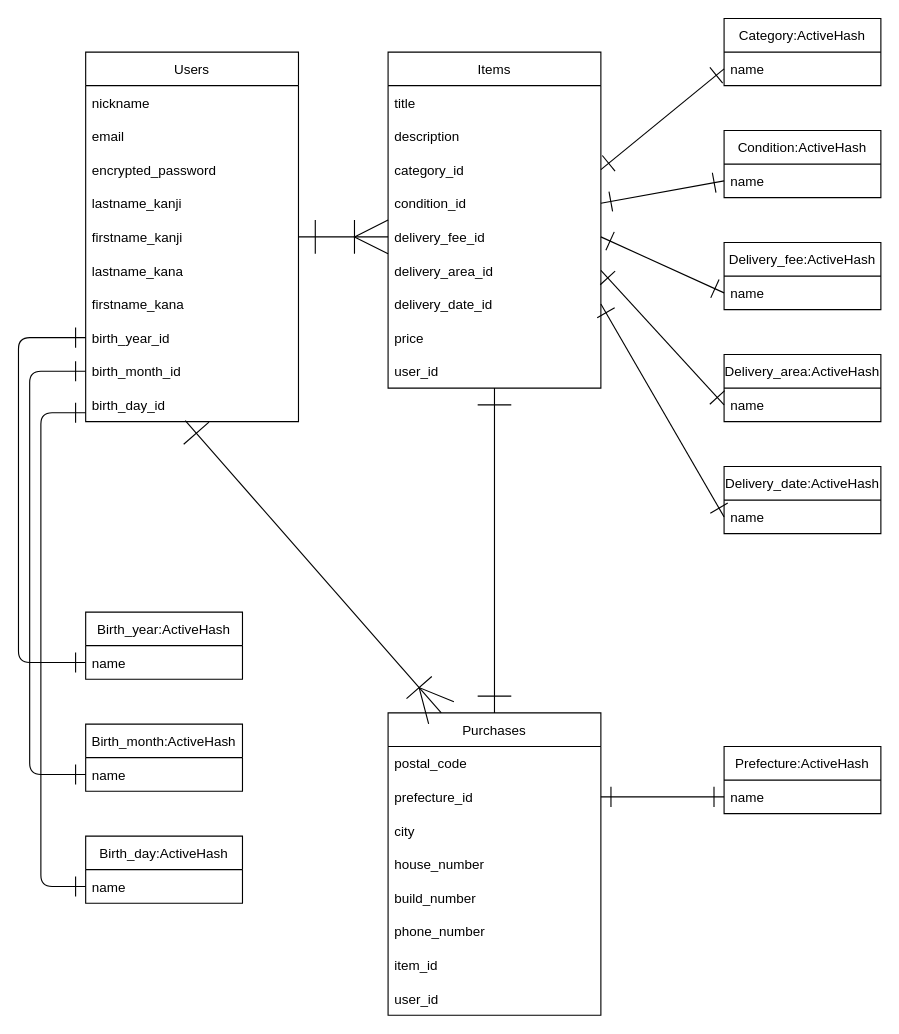
izureco/furima-37829 keeps this draw.io diagram as ER.dio. Above is the earlier version. Source tidied: cells renumbered, new cells numbered last; positions are measured from the earlier drawing's top-left corner, leaving out a move shared by most shapes. Both pictures are drawn from the tidied source at 112%, with x=0, y=0 at pixel (18, 18).
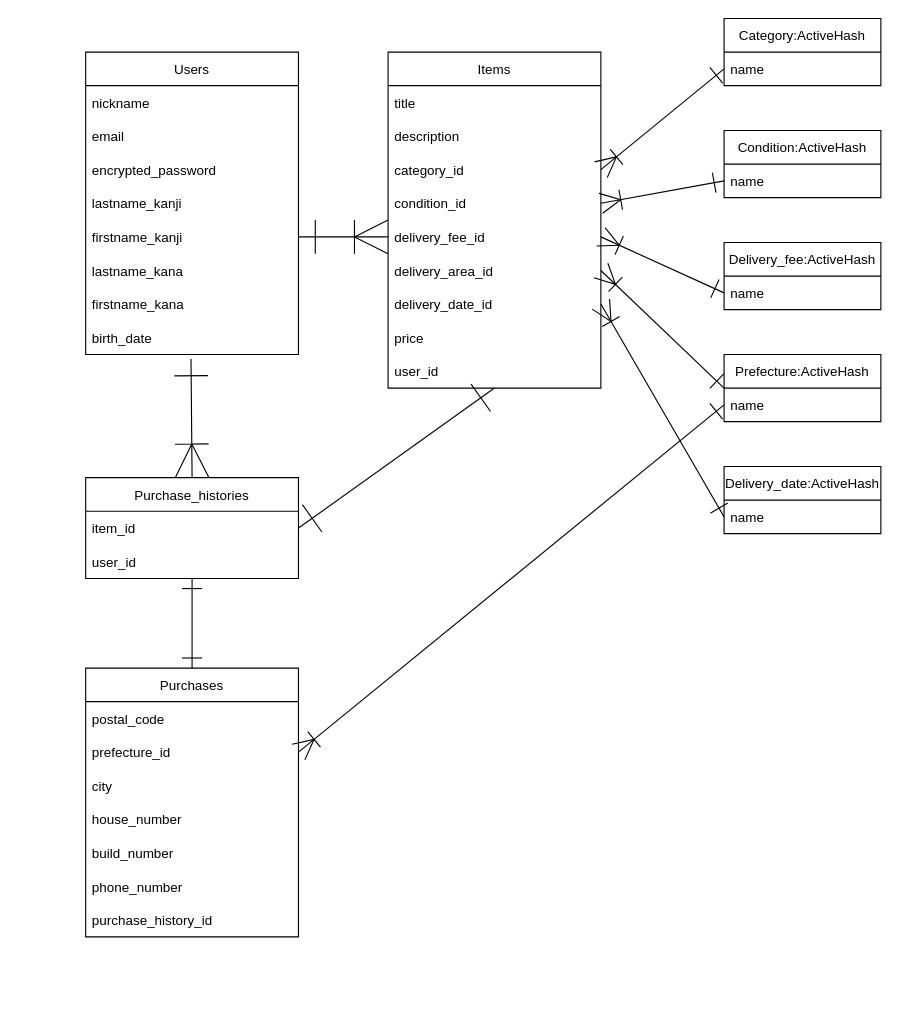
The same page after the edit.

Unchanged cells that the change refers to:
```xml
<mxCell id="16" value="category_id" style="text;strokeColor=none;fillColor=none;align=left;verticalAlign=middle;spacingLeft=4;spacingRight=4;overflow=hidden;points=[[0,0.5],[1,0.5]];portConstraint=eastwest;" parent="13" vertex="1">
  <mxGeometry y="90" width="190" height="30" as="geometry" />
</mxCell>
<mxCell id="17" value="condition_id" style="text;strokeColor=none;fillColor=none;align=left;verticalAlign=middle;spacingLeft=4;spacingRight=4;overflow=hidden;points=[[0,0.5],[1,0.5]];portConstraint=eastwest;" parent="13" vertex="1">
  <mxGeometry y="120" width="190" height="30" as="geometry" />
</mxCell>
<mxCell id="18" value="delivery_fee_id" style="text;strokeColor=none;fillColor=none;align=left;verticalAlign=middle;spacingLeft=4;spacingRight=4;overflow=hidden;points=[[0,0.5],[1,0.5]];portConstraint=eastwest;" parent="13" vertex="1">
  <mxGeometry y="150" width="190" height="30" as="geometry" />
</mxCell>
<mxCell id="19" value="delivery_area_id" style="text;strokeColor=none;fillColor=none;align=left;verticalAlign=middle;spacingLeft=4;spacingRight=4;overflow=hidden;points=[[0,0.5],[1,0.5]];portConstraint=eastwest;" parent="13" vertex="1">
  <mxGeometry y="180" width="190" height="30" as="geometry" />
</mxCell>
<mxCell id="20" value="delivery_date_id" style="text;strokeColor=none;fillColor=none;align=left;verticalAlign=middle;spacingLeft=4;spacingRight=4;overflow=hidden;points=[[0,0.5],[1,0.5]];portConstraint=eastwest;" parent="13" vertex="1">
  <mxGeometry y="210" width="190" height="30" as="geometry" />
</mxCell>
<mxCell id="26" value="prefecture_id" style="text;strokeColor=none;fillColor=none;align=left;verticalAlign=middle;spacingLeft=4;spacingRight=4;overflow=hidden;points=[[0,0.5],[1,0.5]];portConstraint=eastwest;" parent="24" vertex="1">
  <mxGeometry y="60" width="190" height="30" as="geometry" />
</mxCell>
<mxCell id="42" value="name" style="text;strokeColor=none;fillColor=none;align=left;verticalAlign=middle;spacingLeft=4;spacingRight=4;overflow=hidden;points=[[0,0.5],[1,0.5]];portConstraint=eastwest;" parent="41" vertex="1">
  <mxGeometry y="30" width="140" height="30" as="geometry" />
</mxCell>
```

Change to the diagram source:
```diff
@@
     <mxCell id="2" value="Users" style="swimlane;fontStyle=0;horizontal=1;startSize=30;" parent="1" vertex="1">
-      <mxGeometry x="60" y="30" width="190" height="330" as="geometry" />
+      <mxGeometry x="60" y="30" width="190" height="270" as="geometry" />
     </mxCell>
@@
-    <mxCell id="10" value="birth_year_id" style="text;strokeColor=none;fillColor=none;align=left;verticalAlign=middle;spacingLeft=4;spacingRight=4;overflow=hidden;points=[[0,0.5],[1,0.5]];portConstraint=eastwest;" parent="2" vertex="1">
+    <mxCell id="10" value="birth_date" style="text;strokeColor=none;fillColor=none;align=left;verticalAlign=middle;spacingLeft=4;spacingRight=4;overflow=hidden;points=[[0,0.5],[1,0.5]];portConstraint=eastwest;" parent="2" vertex="1">
       <mxGeometry y="240" width="190" height="30" as="geometry" />
     </mxCell>
-    <mxCell id="11" value="birth_month_id" style="text;strokeColor=none;fillColor=none;align=left;verticalAlign=middle;spacingLeft=4;spacingRight=4;overflow=hidden;points=[[0,0.5],[1,0.5]];portConstraint=eastwest;" parent="2" vertex="1">
-      <mxGeometry y="270" width="190" height="30" as="geometry" />
-    </mxCell>
-    <mxCell id="12" value="birth_day_id" style="text;strokeColor=none;fillColor=none;align=left;verticalAlign=middle;spacingLeft=4;spacingRight=4;overflow=hidden;points=[[0,0.5],[1,0.5]];portConstraint=eastwest;" parent="2" vertex="1">
-      <mxGeometry y="300" width="190" height="30" as="geometry" />
-    </mxCell>
@@
     <mxCell id="24" value="Purchases" style="swimlane;fontStyle=0;horizontal=1;startSize=30;" parent="1" vertex="1">
-      <mxGeometry x="330" y="620" width="190" height="270" as="geometry" />
+      <mxGeometry x="60" y="580" width="190" height="240" as="geometry" />
     </mxCell>
@@
-    <mxCell id="31" value="item_id" style="text;strokeColor=none;fillColor=none;align=left;verticalAlign=middle;spacingLeft=4;spacingRight=4;overflow=hidden;" parent="24" vertex="1">
+    <mxCell id="31" value="purchase_history_id" style="text;strokeColor=none;fillColor=none;align=left;verticalAlign=middle;spacingLeft=4;spacingRight=4;overflow=hidden;" parent="24" vertex="1">
       <mxGeometry y="210" width="190" height="30" as="geometry" />
     </mxCell>
-    <mxCell id="32" value="user_id" style="text;strokeColor=none;fillColor=none;align=left;verticalAlign=middle;spacingLeft=4;spacingRight=4;overflow=hidden;" parent="24" vertex="1">
-      <mxGeometry y="240" width="190" height="30" as="geometry" />
-    </mxCell>
-    <mxCell id="33" style="edgeStyle=none;html=1;exitX=0.5;exitY=0;exitDx=0;exitDy=0;startArrow=ERone;startFill=0;endArrow=ERone;endFill=0;startSize=28;endSize=28;strokeWidth=1;" parent="1" edge="1" source="24">
+    <mxCell id="33" style="edgeStyle=none;html=1;exitX=1;exitY=0.5;exitDx=0;exitDy=0;startArrow=ERone;startFill=0;endArrow=ERone;endFill=0;startSize=28;endSize=28;strokeWidth=1;" parent="1" edge="1" source="64">
       <mxGeometry relative="1" as="geometry">
         <mxPoint x="425" y="330" as="targetPoint" />
       </mxGeometry>
     </mxCell>
-    <mxCell id="34" style="edgeStyle=none;html=1;exitX=0.25;exitY=0;exitDx=0;exitDy=0;entryX=0.468;entryY=0.967;entryDx=0;entryDy=0;entryPerimeter=0;startArrow=ERoneToMany;startFill=0;endArrow=ERone;endFill=0;startSize=28;endSize=28;strokeWidth=1;" parent="1" edge="1" source="24" target="12">
+    <mxCell id="34" style="edgeStyle=none;html=1;exitX=0.5;exitY=0;exitDx=0;exitDy=0;entryX=0.495;entryY=1.133;entryDx=0;entryDy=0;entryPerimeter=0;startArrow=ERoneToMany;startFill=0;endArrow=ERone;endFill=0;startSize=28;endSize=28;strokeWidth=1;" parent="1" edge="1" source="63" target="10">
       <mxGeometry relative="1" as="geometry" />
     </mxCell>
@@
-    <mxCell id="41" value="Delivery_area:ActiveHash" style="swimlane;fontStyle=0;horizontal=1;startSize=30;" parent="1" vertex="1">
+    <mxCell id="41" value="Prefecture:ActiveHash" style="swimlane;fontStyle=0;horizontal=1;startSize=30;" parent="1" vertex="1">
       <mxGeometry x="630" y="300" width="140" height="60" as="geometry" />
     </mxCell>
@@
-    <mxCell id="45" style="edgeStyle=none;html=1;exitX=0;exitY=0.5;exitDx=0;exitDy=0;entryX=1;entryY=0.5;entryDx=0;entryDy=0;startArrow=ERone;startFill=0;endArrow=ERone;endFill=0;endSize=16;startSize=16;" parent="1" edge="1" target="16">
+    <mxCell id="45" style="edgeStyle=none;html=1;exitX=0;exitY=0.5;exitDx=0;exitDy=0;entryX=1;entryY=0.5;entryDx=0;entryDy=0;startArrow=ERone;startFill=0;endArrow=ERoneToMany;endFill=0;endSize=16;startSize=16;" parent="1" edge="1" target="16">
       <mxGeometry relative="1" as="geometry">
         <mxPoint x="630" y="45" as="sourcePoint" />
       </mxGeometry>
     </mxCell>
-    <mxCell id="46" style="edgeStyle=none;html=1;exitX=1;exitY=0.5;exitDx=0;exitDy=0;entryX=0;entryY=0.5;entryDx=0;entryDy=0;startArrow=ERone;startFill=0;endArrow=ERone;endFill=0;startSize=16;endSize=16;strokeWidth=1;" parent="1" edge="1" source="17">
+    <mxCell id="46" style="edgeStyle=none;html=1;exitX=1;exitY=0.5;exitDx=0;exitDy=0;entryX=0;entryY=0.5;entryDx=0;entryDy=0;startArrow=ERoneToMany;startFill=0;endArrow=ERone;endFill=0;startSize=16;endSize=16;strokeWidth=1;" parent="1" edge="1" source="17">
       <mxGeometry relative="1" as="geometry">
         <mxPoint x="630" y="145" as="targetPoint" />
       </mxGeometry>
     </mxCell>
-    <mxCell id="47" style="edgeStyle=none;html=1;exitX=1;exitY=0.5;exitDx=0;exitDy=0;entryX=0;entryY=0.5;entryDx=0;entryDy=0;startArrow=ERone;startFill=0;endArrow=ERone;endFill=0;startSize=16;endSize=16;strokeWidth=1;" parent="1" edge="1" source="18">
+    <mxCell id="47" style="edgeStyle=none;html=1;exitX=1;exitY=0.5;exitDx=0;exitDy=0;entryX=0;entryY=0.5;entryDx=0;entryDy=0;startArrow=ERoneToMany;startFill=0;endArrow=ERone;endFill=0;startSize=16;endSize=16;strokeWidth=1;" parent="1" edge="1" source="18">
       <mxGeometry relative="1" as="geometry">
         <mxPoint x="630" y="245" as="targetPoint" />
       </mxGeometry>
     </mxCell>
-    <mxCell id="48" style="edgeStyle=none;html=1;exitX=1;exitY=0.5;exitDx=0;exitDy=0;entryX=0;entryY=0.5;entryDx=0;entryDy=0;startArrow=ERone;startFill=0;endArrow=ERone;endFill=0;startSize=16;endSize=16;strokeWidth=1;" parent="1" edge="1" source="19">
-      <mxGeometry relative="1" as="geometry">
-        <mxPoint x="630" y="345" as="targetPoint" />
-      </mxGeometry>
+    <mxCell id="48" style="edgeStyle=none;html=1;exitX=1;exitY=0.5;exitDx=0;exitDy=0;entryX=0;entryY=0.5;entryDx=0;entryDy=0;startArrow=ERoneToMany;startFill=0;endArrow=ERone;endFill=0;startSize=16;endSize=16;strokeWidth=1;" parent="1" edge="1" source="19" target="41">
+      <mxGeometry relative="1" as="geometry" />
     </mxCell>
-    <mxCell id="49" style="edgeStyle=none;html=1;exitX=1;exitY=0.5;exitDx=0;exitDy=0;entryX=0;entryY=0.5;entryDx=0;entryDy=0;startArrow=ERone;startFill=0;endArrow=ERone;endFill=0;startSize=16;endSize=16;strokeWidth=1;" parent="1" edge="1" source="20">
+    <mxCell id="49" style="edgeStyle=none;html=1;exitX=1;exitY=0.5;exitDx=0;exitDy=0;entryX=0;entryY=0.5;entryDx=0;entryDy=0;startArrow=ERoneToMany;startFill=0;endArrow=ERone;endFill=0;startSize=16;endSize=16;strokeWidth=1;" parent="1" edge="1" source="20">
       <mxGeometry relative="1" as="geometry">
         <mxPoint x="630" y="445" as="targetPoint" />
       </mxGeometry>
     </mxCell>
-    <mxCell id="50" value="Prefecture:ActiveHash" style="swimlane;fontStyle=0;horizontal=1;startSize=30;" parent="1" vertex="1">
-      <mxGeometry x="630" y="650" width="140" height="60" as="geometry" />
-    </mxCell>
-    <mxCell id="51" value="name" style="text;strokeColor=none;fillColor=none;align=left;verticalAlign=middle;spacingLeft=4;spacingRight=4;overflow=hidden;" parent="50" vertex="1">
-      <mxGeometry y="30" width="140" height="30" as="geometry" />
-    </mxCell>
-    <mxCell id="52" style="edgeStyle=none;html=1;exitX=1;exitY=0.5;exitDx=0;exitDy=0;entryX=0;entryY=0.5;entryDx=0;entryDy=0;startArrow=ERone;startFill=0;endArrow=ERone;endFill=0;startSize=16;endSize=16;strokeWidth=1;" parent="1" edge="1" source="26">
-      <mxGeometry relative="1" as="geometry">
-        <mxPoint x="630" y="695" as="targetPoint" />
-      </mxGeometry>
-    </mxCell>
-    <mxCell id="53" value="Birth_year:ActiveHash" style="swimlane;fontStyle=0;horizontal=1;startSize=30;" parent="1" vertex="1">
-      <mxGeometry x="60" y="530" width="140" height="60" as="geometry" />
-    </mxCell>
-    <mxCell id="54" value="name" style="text;strokeColor=none;fillColor=none;align=left;verticalAlign=middle;spacingLeft=4;spacingRight=4;overflow=hidden;" parent="53" vertex="1">
-      <mxGeometry y="30" width="140" height="30" as="geometry" />
-    </mxCell>
-    <mxCell id="55" value="Birth_month:ActiveHash" style="swimlane;fontStyle=0;horizontal=1;startSize=30;" parent="1" vertex="1">
-      <mxGeometry x="60" y="630" width="140" height="60" as="geometry" />
-    </mxCell>
-    <mxCell id="56" value="name" style="text;strokeColor=none;fillColor=none;align=left;verticalAlign=middle;spacingLeft=4;spacingRight=4;overflow=hidden;" parent="55" vertex="1">
-      <mxGeometry y="30" width="140" height="30" as="geometry" />
-    </mxCell>
-    <mxCell id="57" value="Birth_day:ActiveHash" style="swimlane;fontStyle=0;horizontal=1;startSize=30;" parent="1" vertex="1">
-      <mxGeometry x="60" y="730" width="140" height="60" as="geometry" />
-    </mxCell>
-    <mxCell id="58" value="name" style="text;strokeColor=none;fillColor=none;align=left;verticalAlign=middle;spacingLeft=4;spacingRight=4;overflow=hidden;" parent="57" vertex="1">
-      <mxGeometry y="30" width="140" height="30" as="geometry" />
-    </mxCell>
     <mxCell id="59" style="edgeStyle=none;html=1;exitX=0;exitY=0.5;exitDx=0;exitDy=0;startArrow=ERone;startFill=0;endArrow=ERone;endFill=0;startSize=16;endSize=16;strokeWidth=1;entryX=0;entryY=0.5;entryDx=0;entryDy=0;" parent="1" edge="1" target="10">
       <mxGeometry relative="1" as="geometry">
-        <mxPoint x="60" y="575" as="sourcePoint" />
         <Array as="points">
           <mxPoint y="575" />
           <mxPoint y="430" />
           <mxPoint y="285" />
         </Array>
       </mxGeometry>
     </mxCell>
-    <mxCell id="60" style="edgeStyle=none;html=1;exitX=0;exitY=0.5;exitDx=0;exitDy=0;entryX=0;entryY=0.5;entryDx=0;entryDy=0;startArrow=ERone;startFill=0;endArrow=ERone;endFill=0;startSize=16;endSize=16;strokeWidth=1;" parent="1" edge="1" target="11">
-      <mxGeometry relative="1" as="geometry">
-        <mxPoint x="60" y="675" as="sourcePoint" />
-        <Array as="points">
-          <mxPoint x="10" y="675" />
-          <mxPoint x="10" y="500" />
-          <mxPoint x="10" y="315" />
-        </Array>
-      </mxGeometry>
-    </mxCell>
-    <mxCell id="61" style="edgeStyle=none;html=1;exitX=0;exitY=0.5;exitDx=0;exitDy=0;entryX=0;entryY=0.733;entryDx=0;entryDy=0;entryPerimeter=0;startArrow=ERone;startFill=0;endArrow=ERone;endFill=0;startSize=16;endSize=16;strokeWidth=1;" parent="1" edge="1" target="12">
-      <mxGeometry relative="1" as="geometry">
-        <mxPoint x="60" y="775" as="sourcePoint" />
-        <Array as="points">
-          <mxPoint x="20" y="775" />
-          <mxPoint x="20" y="560" />
-          <mxPoint x="20" y="352" />
-        </Array>
-      </mxGeometry>
-    </mxCell>
+    <mxCell id="62" style="edgeStyle=none;html=1;entryX=0.5;entryY=0;entryDx=0;entryDy=0;startArrow=ERone;startFill=0;endArrow=ERone;endFill=0;startSize=16;endSize=16;strokeWidth=1;" parent="1" edge="1" source="63" target="24">
+      <mxGeometry relative="1" as="geometry" />
+    </mxCell>
+    <mxCell id="63" value="Purchase_histories" style="swimlane;fontStyle=0;horizontal=1;startSize=30;" parent="1" vertex="1">
+      <mxGeometry x="60" y="410" width="190" height="90" as="geometry" />
+    </mxCell>
+    <mxCell id="64" value="item_id" style="text;strokeColor=none;fillColor=none;align=left;verticalAlign=middle;spacingLeft=4;spacingRight=4;overflow=hidden;points=[[0,0.5],[1,0.5]];portConstraint=eastwest;" parent="63" vertex="1">
+      <mxGeometry y="30" width="190" height="30" as="geometry" />
+    </mxCell>
+    <mxCell id="32" value="user_id" style="text;strokeColor=none;fillColor=none;align=left;verticalAlign=middle;spacingLeft=4;spacingRight=4;overflow=hidden;" parent="63" vertex="1">
+      <mxGeometry y="60" width="190" height="30" as="geometry" />
+    </mxCell>
+    <mxCell id="65" style="edgeStyle=none;html=1;exitX=0;exitY=0.5;exitDx=0;exitDy=0;entryX=1;entryY=0.5;entryDx=0;entryDy=0;startArrow=ERone;startFill=0;endArrow=ERoneToMany;endFill=0;startSize=16;endSize=16;strokeWidth=1;" parent="1" edge="1" source="42" target="26">
+      <mxGeometry relative="1" as="geometry" />
+    </mxCell>
```
